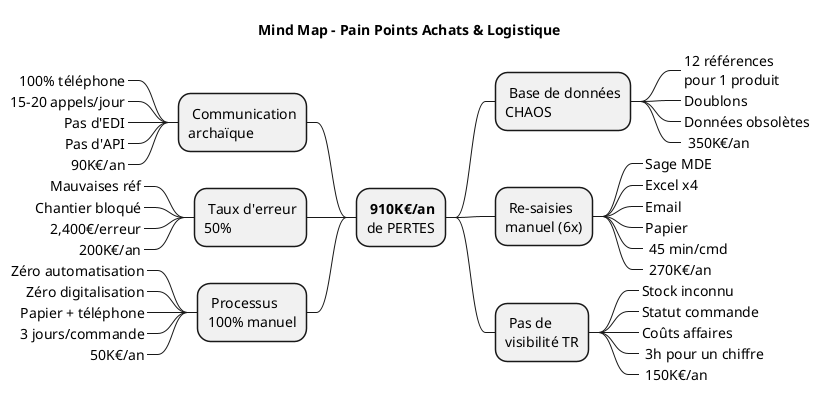
JordanSerafini/Audit_Duret keeps this PlantUML diagram as Achats-Logistique/uml/Pain_Points_Achats_Logistique.png. Above is the earlier version. Source of this version:
```plantuml
@startmindmap Pain_Points_Achats_Logistique

title Mind Map - Pain Points Achats & Logistique

* 💰 **910K€/an**\nde PERTES
** 🔴 Base de données\nCHAOS
***_ 12 références\npour 1 produit
***_ Doublons
***_ Données obsolètes
***_ 💰 350K€/an

** 🔴 Re-saisies\nmanuel (6x)
***_ Sage MDE
***_ Excel x4
***_ Email
***_ Papier
***_ ⏰ 45 min/cmd
***_ 💰 270K€/an

** 🔴 Pas de\nvisibilité TR
***_ Stock inconnu
***_ Statut commande
***_ Coûts affaires
***_ ⏰ 3h pour un chiffre
***_ 💰 150K€/an

left side

** 🔴 Communication\narchaïque
***_ 100% téléphone
***_ 15-20 appels/jour
***_ Pas d'EDI
***_ Pas d'API
***_ 💰 90K€/an

** 🔴 Taux d'erreur\n50%
***_ Mauvaises réf
***_ Chantier bloqué
***_ 💰 2,400€/erreur
***_ 💰 200K€/an

** 🔴 Processus\n100% manuel
***_ Zéro automatisation
***_ Zéro digitalisation
***_ Papier + téléphone
***_ ⏰ 3 jours/commande
***_ 💰 50K€/an

@endmindmap
```
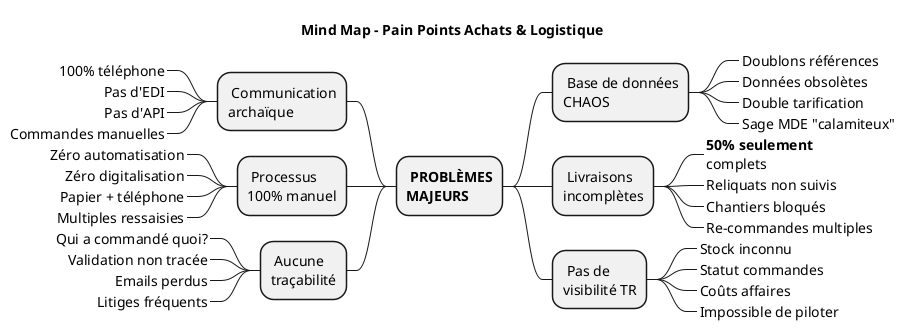
Later version of the same file.

Diff of the diagram source:
```diff
@@ -2,48 +2,43 @@
 
 title Mind Map - Pain Points Achats & Logistique
 
-* 💰 **910K€/an**\nde PERTES
+* 🔴 **PROBLÈMES**\n**MAJEURS**
 ** 🔴 Base de données\nCHAOS
-***_ 12 références\npour 1 produit
-***_ Doublons
+***_ Doublons références
 ***_ Données obsolètes
-***_ 💰 350K€/an
+***_ Double tarification
+***_ Sage MDE "calamiteux"
 
-** 🔴 Re-saisies\nmanuel (6x)
-***_ Sage MDE
-***_ Excel x4
-***_ Email
-***_ Papier
-***_ ⏰ 45 min/cmd
-***_ 💰 270K€/an
+** 🔴 Livraisons\nincomplètes
+***_ **50% seulement**\ncomplets
+***_ Reliquats non suivis
+***_ Chantiers bloqués
+***_ Re-commandes multiples
 
 ** 🔴 Pas de\nvisibilité TR
 ***_ Stock inconnu
-***_ Statut commande
+***_ Statut commandes
 ***_ Coûts affaires
-***_ ⏰ 3h pour un chiffre
-***_ 💰 150K€/an
+***_ Impossible de piloter
 
 left side
 
 ** 🔴 Communication\narchaïque
 ***_ 100% téléphone
-***_ 15-20 appels/jour
 ***_ Pas d'EDI
 ***_ Pas d'API
-***_ 💰 90K€/an
-
-** 🔴 Taux d'erreur\n50%
-***_ Mauvaises réf
-***_ Chantier bloqué
-***_ 💰 2,400€/erreur
-***_ 💰 200K€/an
+***_ Commandes manuelles
 
 ** 🔴 Processus\n100% manuel
 ***_ Zéro automatisation
 ***_ Zéro digitalisation
 ***_ Papier + téléphone
-***_ ⏰ 3 jours/commande
-***_ 💰 50K€/an
+***_ Multiples ressaisies
+
+** 🔴 Aucune\ntraçabilité
+***_ Qui a commandé quoi?
+***_ Validation non tracée
+***_ Emails perdus
+***_ Litiges fréquents
 
 @endmindmap
```
